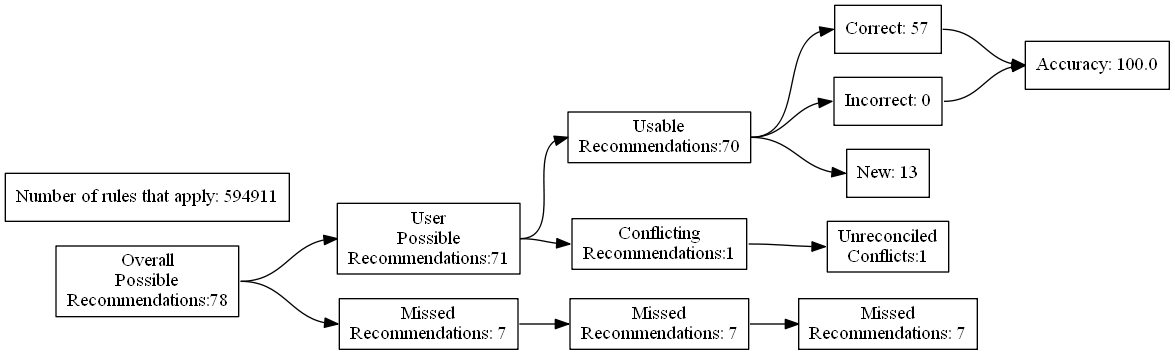
Above: test_renders/111.gv.png in ZaxR/ibd_diet_analysis (Graphviz), before the change. Its source is kept beside it as test_renders/111.gv.
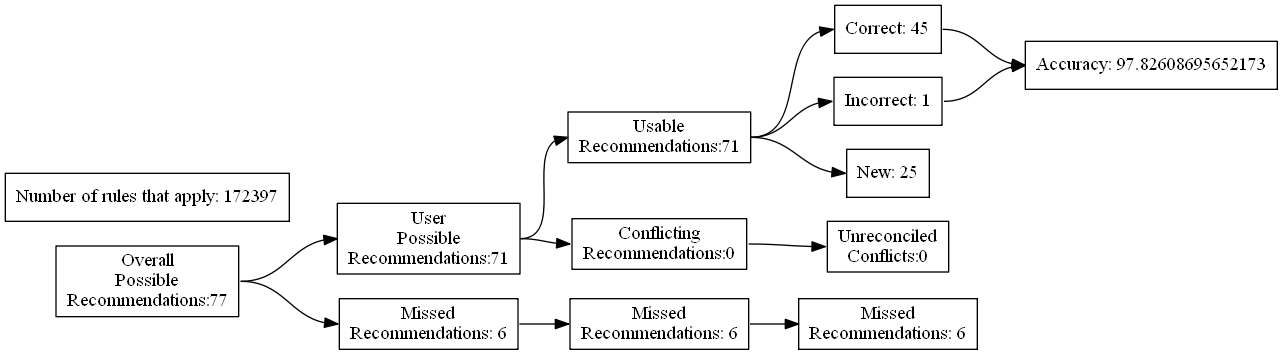
The same file after the commit.

Change to the diagram source:
```diff
@@ -4,27 +4,27 @@
 	edge [headport=w tailport=e]
 		A [label="Overall
 Possible
-Recommendations:78"]
+Recommendations:77"]
 		B [label="User
 Possible
 Recommendations:71"]
 		C [label="Missed
-Recommendations: 7"]
+Recommendations: 6"]
 		D [label="Usable
-Recommendations:70"]
+Recommendations:71"]
 		E [label="Conflicting
-Recommendations:1"]
+Recommendations:0"]
 		J [label="Missed
-Recommendations: 7"]
+Recommendations: 6"]
 		M [label="Unreconciled
-Conflicts:1"]
-		F [label="Correct: 57"]
-		G [label="Incorrect: 0"]
-		H [label="New: 13"]
+Conflicts:0"]
+		F [label="Correct: 45"]
+		G [label="Incorrect: 1"]
+		H [label="New: 25"]
 		K [label="Missed
-Recommendations: 7"]
-		I [label="Accuracy: 100.0"]
-		l [label="Number of rules that apply: 594911"]
+Recommendations: 6"]
+		I [label="Accuracy: 97.82608695652173"]
+		l [label="Number of rules that apply: 172397"]
 			A -> B
 			A -> C
 			B -> D
```
